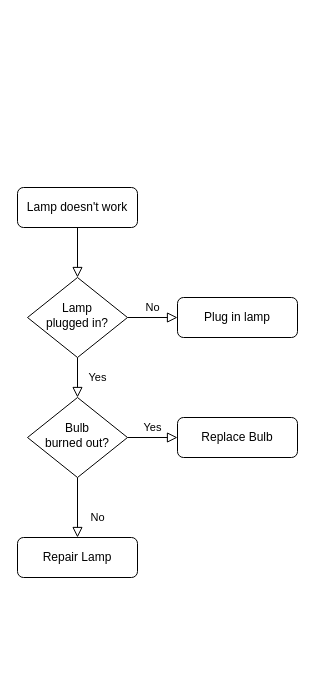
Above: Диаграмма без названия.drawio in Artem-Reshetovskyi/TEB (draw.io), before the change. Source tidied: cells renumbered, new cells numbered last; positions are measured from the earlier drawing's top-left corner, leaving out a move shared by most shapes. Both pictures are drawn from the tidied source at 100%, with x=0, y=0 at pixel (17, 187).
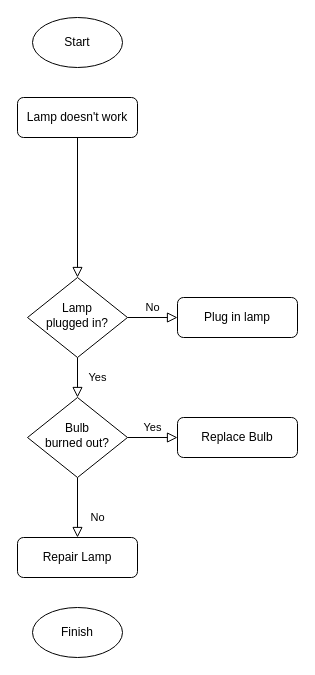
After the change.

The edit, as a diff of the source:
```diff
@@
 <mxGraphModel>
   <root>
     <mxCell id="0" />
     <mxCell id="1" parent="0" />
     <mxCell id="2" style="rounded=0;html=1;jettySize=auto;fontSize=11;endArrow=block;endFill=0;endSize=8;strokeWidth=1;shadow=0;labelBackgroundColor=none;edgeStyle=orthogonalEdgeStyle;" parent="1" edge="1" source="3" target="6">
       <mxGeometry relative="1" as="geometry" />
     </mxCell>
     <mxCell id="3" value="Lamp doesn't work" style="rounded=1;whiteSpace=wrap;html=1;fontSize=12;glass=0;strokeWidth=1;shadow=0;" parent="1" vertex="1">
-      <mxGeometry width="120" height="40" as="geometry" />
+      <mxGeometry y="-90" width="120" height="40" as="geometry" />
     </mxCell>
     <mxCell id="4" value="Yes" style="rounded=0;html=1;jettySize=auto;fontSize=11;endArrow=block;endFill=0;endSize=8;strokeWidth=1;shadow=0;labelBackgroundColor=none;edgeStyle=orthogonalEdgeStyle;" parent="1" edge="1" source="6" target="10">
       <mxGeometry y="20" relative="1" as="geometry" />
     </mxCell>
     <mxCell id="5" value="No" style="edgeStyle=orthogonalEdgeStyle;rounded=0;html=1;jettySize=auto;fontSize=11;endArrow=block;endFill=0;endSize=8;strokeWidth=1;shadow=0;labelBackgroundColor=none;" parent="1" edge="1" source="6" target="7">
       <mxGeometry y="10" relative="1" as="geometry" />
     </mxCell>
     <mxCell id="6" value="Lamp&lt;br&gt;plugged in?" style="rhombus;whiteSpace=wrap;html=1;shadow=0;fontFamily=Helvetica;fontSize=12;align=center;strokeWidth=1;spacing=6;spacingTop=-4;" parent="1" vertex="1">
       <mxGeometry x="10" y="90" width="100" height="80" as="geometry" />
     </mxCell>
     <mxCell id="7" value="Plug in lamp" style="rounded=1;whiteSpace=wrap;html=1;fontSize=12;glass=0;strokeWidth=1;shadow=0;" parent="1" vertex="1">
       <mxGeometry x="160" y="110" width="120" height="40" as="geometry" />
     </mxCell>
     <mxCell id="8" value="No" style="rounded=0;html=1;jettySize=auto;fontSize=11;endArrow=block;endFill=0;endSize=8;strokeWidth=1;shadow=0;labelBackgroundColor=none;edgeStyle=orthogonalEdgeStyle;" parent="1" edge="1" source="10" target="11">
       <mxGeometry x="0.33" y="20" relative="1" as="geometry" />
     </mxCell>
     <mxCell id="9" value="Yes" style="edgeStyle=orthogonalEdgeStyle;rounded=0;html=1;jettySize=auto;fontSize=11;endArrow=block;endFill=0;endSize=8;strokeWidth=1;shadow=0;labelBackgroundColor=none;" parent="1" edge="1" source="10" target="12">
       <mxGeometry y="10" relative="1" as="geometry" />
     </mxCell>
     <mxCell id="10" value="Bulb&lt;br&gt;burned out?" style="rhombus;whiteSpace=wrap;html=1;shadow=0;fontFamily=Helvetica;fontSize=12;align=center;strokeWidth=1;spacing=6;spacingTop=-4;" parent="1" vertex="1">
       <mxGeometry x="10" y="210" width="100" height="80" as="geometry" />
     </mxCell>
     <mxCell id="11" value="Repair Lamp" style="rounded=1;whiteSpace=wrap;html=1;fontSize=12;glass=0;strokeWidth=1;shadow=0;" parent="1" vertex="1">
       <mxGeometry y="350" width="120" height="40" as="geometry" />
     </mxCell>
     <mxCell id="12" value="Replace Bulb" style="rounded=1;whiteSpace=wrap;html=1;fontSize=12;glass=0;strokeWidth=1;shadow=0;" parent="1" vertex="1">
       <mxGeometry x="160" y="230" width="120" height="40" as="geometry" />
     </mxCell>
+    <mxCell id="13" value="Start" style="ellipse;whiteSpace=wrap;html=1;" parent="1" vertex="1">
+      <mxGeometry x="15" y="-170" width="90" height="50" as="geometry" />
+    </mxCell>
+    <mxCell id="14" value="Finish" style="ellipse;whiteSpace=wrap;html=1;" parent="1" vertex="1">
+      <mxGeometry x="15" y="420" width="90" height="50" as="geometry" />
+    </mxCell>
   </root>
 </mxGraphModel>
```
